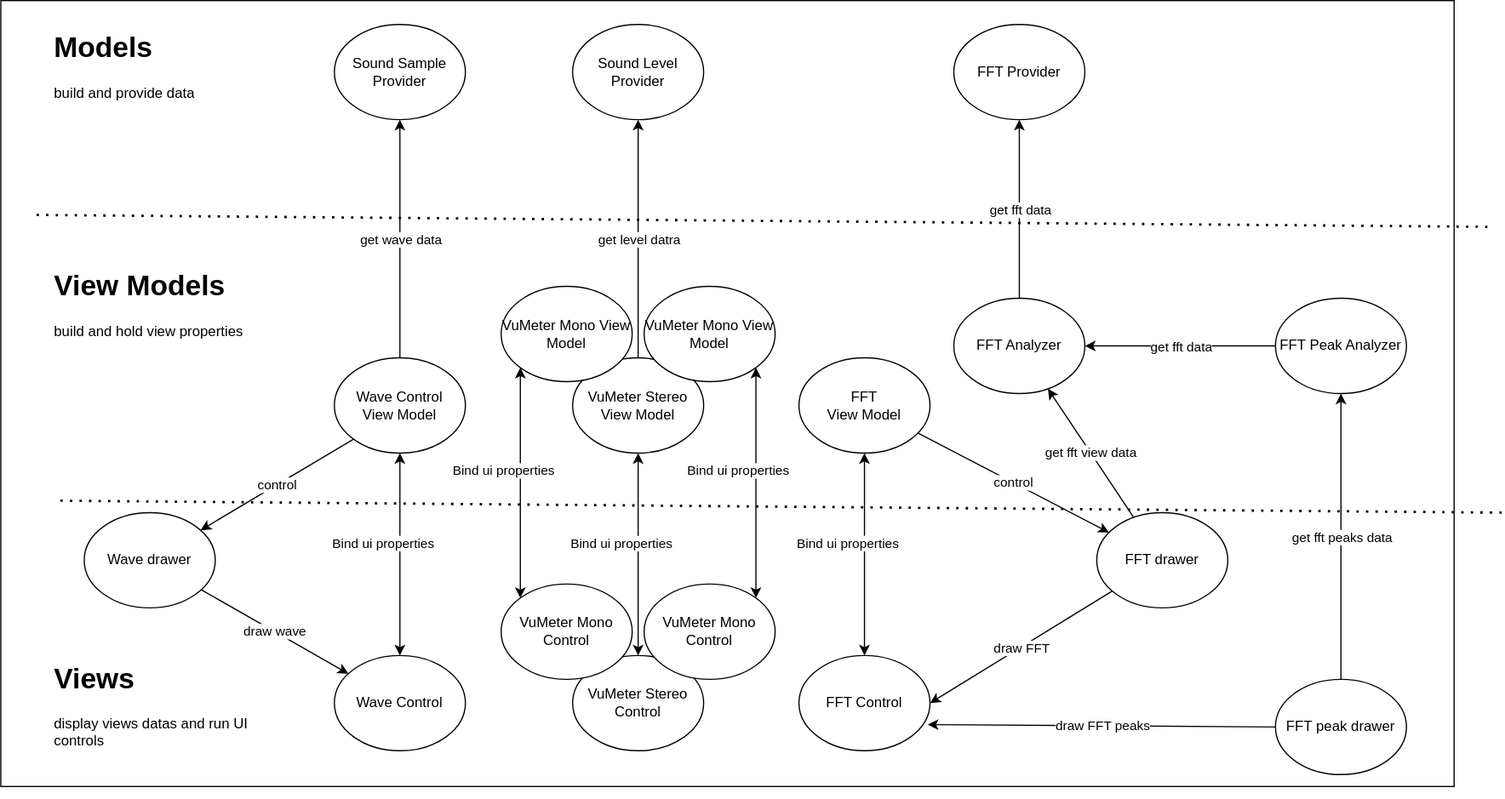
This is Doc/Untitled Diagram.drawio.svg from franck-gaspoz/WindowsAudioSessionSample, a draw.io export, as it was before one commit. Source tidied: cells renumbered, new cells last; positions are measured from the earlier drawing's top-left corner, leaving out a move shared by most shapes.
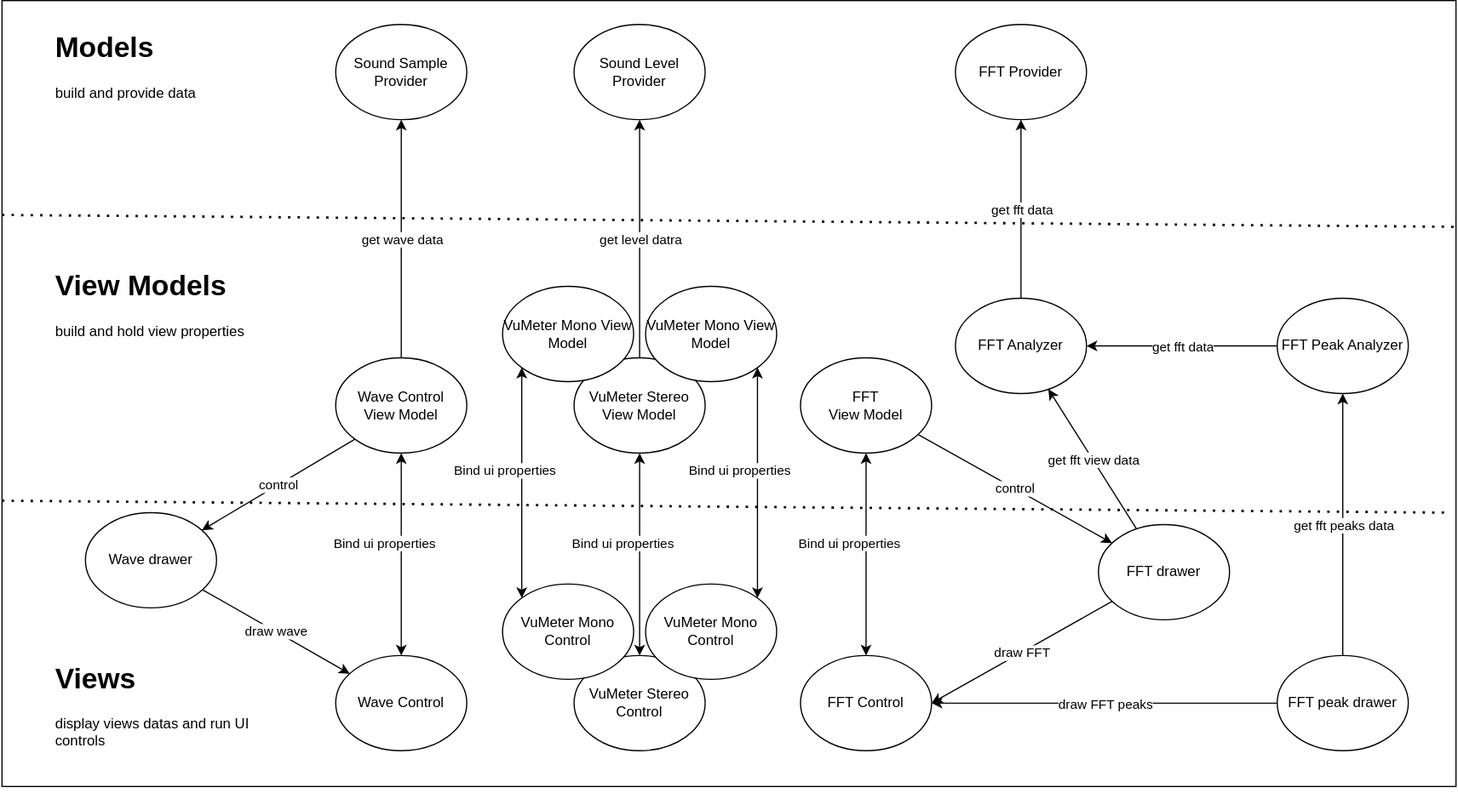
The same file after the commit.

What changed in the source:
```diff
@@ -9,7 +9,7 @@
       <mxGeometry x="800" y="20" width="110" height="80" as="geometry" />
     </mxCell>
     <mxCell id="4" value="FFT drawer" style="ellipse;whiteSpace=wrap;html=1;" parent="1" vertex="1">
-      <mxGeometry x="920" y="430" width="110" height="80" as="geometry" />
+      <mxGeometry x="920" y="440" width="110" height="80" as="geometry" />
     </mxCell>
     <mxCell id="5" value="FFT&lt;br&gt;View Model" style="ellipse;whiteSpace=wrap;html=1;" parent="1" vertex="1">
       <mxGeometry x="670" y="300" width="110" height="80" as="geometry" />
@@ -59,9 +59,9 @@
       <mxGeometry relative="1" as="geometry" />
     </mxCell>
     <mxCell id="20" value="FFT peak drawer" style="ellipse;whiteSpace=wrap;html=1;" parent="1" vertex="1">
-      <mxGeometry x="1070" y="570" width="110" height="80" as="geometry" />
+      <mxGeometry x="1070" y="550" width="110" height="80" as="geometry" />
     </mxCell>
-    <mxCell id="21" style="endArrow=classic;html=1;rounded=0;entryX=0.982;entryY=0.725;entryDx=0;entryDy=0;entryPerimeter=0;exitX=0;exitY=0.5;exitDx=0;exitDy=0;" parent="1" edge="1" source="20" target="8">
+    <mxCell id="21" style="endArrow=classic;html=1;rounded=0;entryX=1;entryY=0.5;entryDx=0;entryDy=0;exitX=0;exitY=0.5;exitDx=0;exitDy=0;" parent="1" edge="1" source="20" target="8">
       <mxGeometry relative="1" as="geometry" />
     </mxCell>
     <mxCell id="22" value="draw FFT peaks" style="edgeLabel;html=1;align=center;verticalAlign=middle;" parent="21" vertex="1">
@@ -150,8 +150,8 @@
     </mxCell>
     <mxCell id="48" style="endArrow=none;dashed=1;html=1;dashPattern=1 3;strokeWidth=2;rounded=0;" parent="1" edge="1">
       <mxGeometry relative="1" as="geometry">
-        <mxPoint x="50" y="420" as="sourcePoint" />
-        <mxPoint x="1260" y="430" as="targetPoint" />
+        <mxPoint y="420" as="sourcePoint" />
+        <mxPoint x="1210" y="430" as="targetPoint" />
       </mxGeometry>
     </mxCell>
     <mxCell id="49" value="FFT Peak Analyzer" style="ellipse;whiteSpace=wrap;html=1;" parent="1" vertex="1">
@@ -159,8 +159,8 @@
     </mxCell>
     <mxCell id="50" style="endArrow=none;dashed=1;html=1;dashPattern=1 3;strokeWidth=2;rounded=0;" parent="1" edge="1">
       <mxGeometry relative="1" as="geometry">
-        <mxPoint x="30" y="180" as="sourcePoint" />
-        <mxPoint x="1250" y="190" as="targetPoint" />
+        <mxPoint y="180" as="sourcePoint" />
+        <mxPoint x="1220" y="190" as="targetPoint" />
       </mxGeometry>
     </mxCell>
     <mxCell id="51" value="&lt;h1&gt;View Models&lt;br&gt;&lt;/h1&gt;&lt;p&gt;build and hold view properties&lt;br&gt;&lt;/p&gt;" style="text;html=1;strokeColor=none;fillColor=none;spacing=5;spacingTop=-20;whiteSpace=wrap;overflow=hidden;rounded=0;" parent="1" vertex="1">
```
